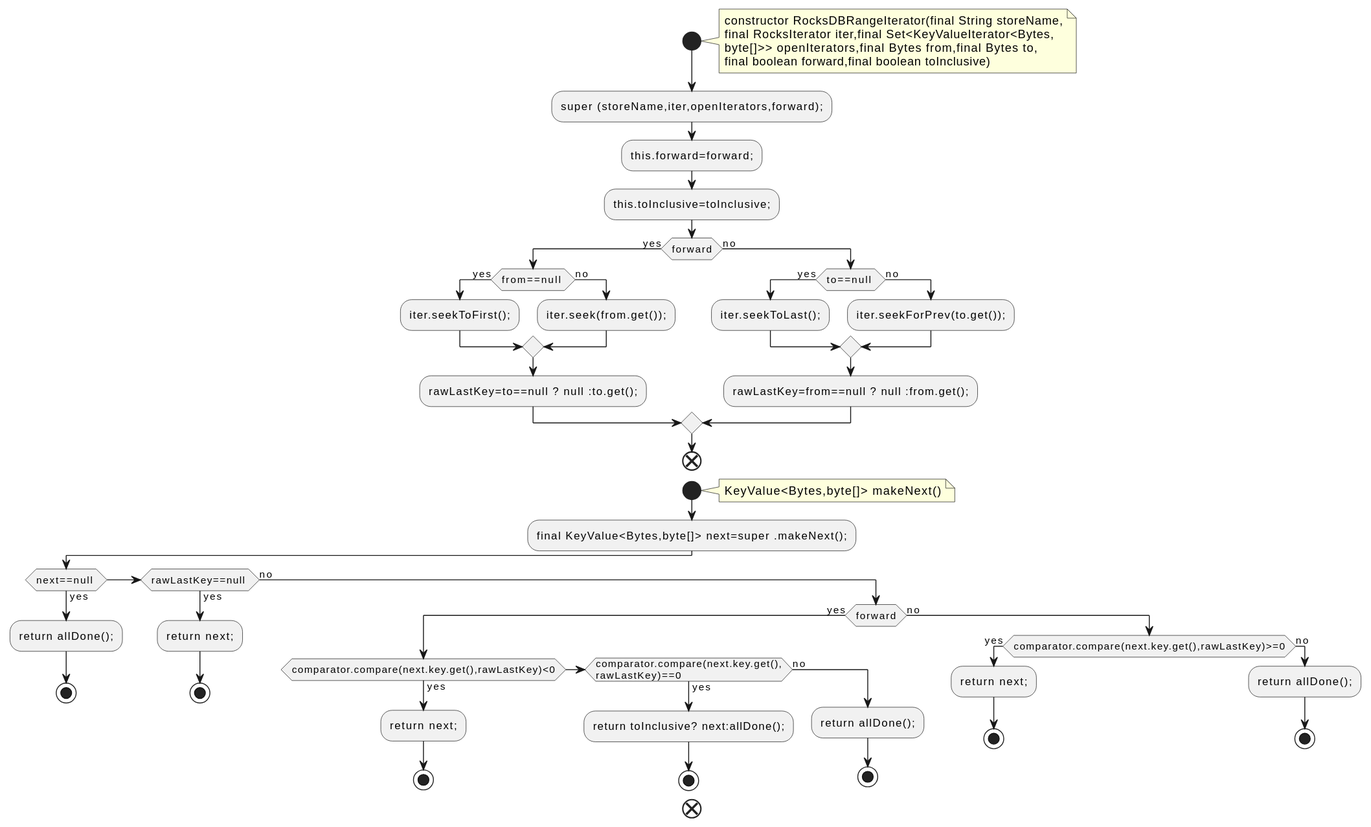
Before: docs/qc/streams/src/main/java/org/apache/kafka/streams/state/internals/RocksDBRangeIterator.java.fct.svg, a diagram exported from PlantUML (qualitesys/kafka).
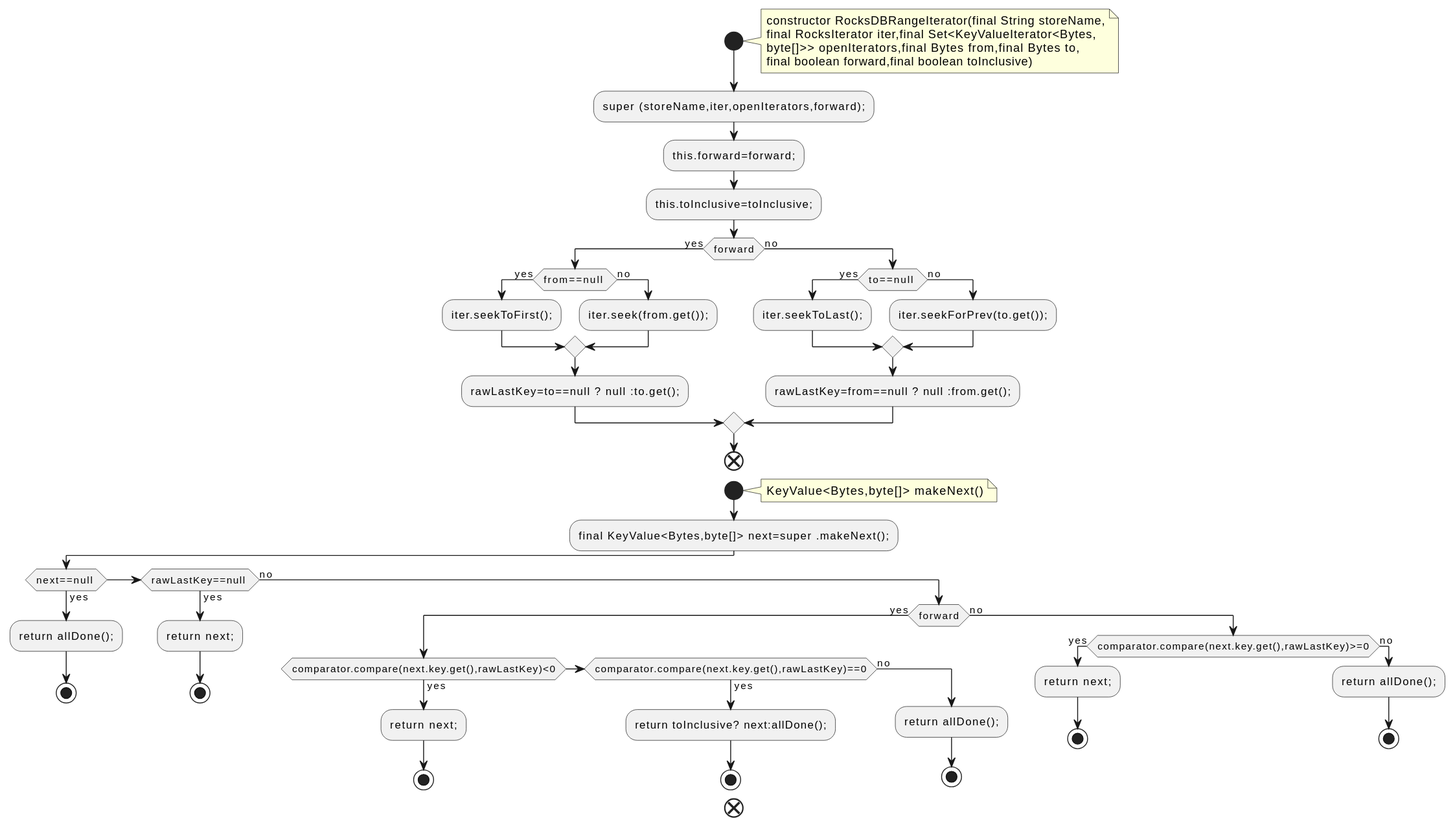
The same diagram one commit later.

What changed in the source:
```diff
@@ -42,8 +42,7 @@
 if (comparator.compare(next.key.get(),rawLastKey)<0) then (yes)
 :return next;;
 stop
-else if (comparator.compare(next.key.get(),
-rawLastKey)==0) then (yes)
+else if (comparator.compare(next.key.get(),rawLastKey)==0) then (yes)
 :return toInclusive? next:allDone();;
 stop
 else (no)
```
